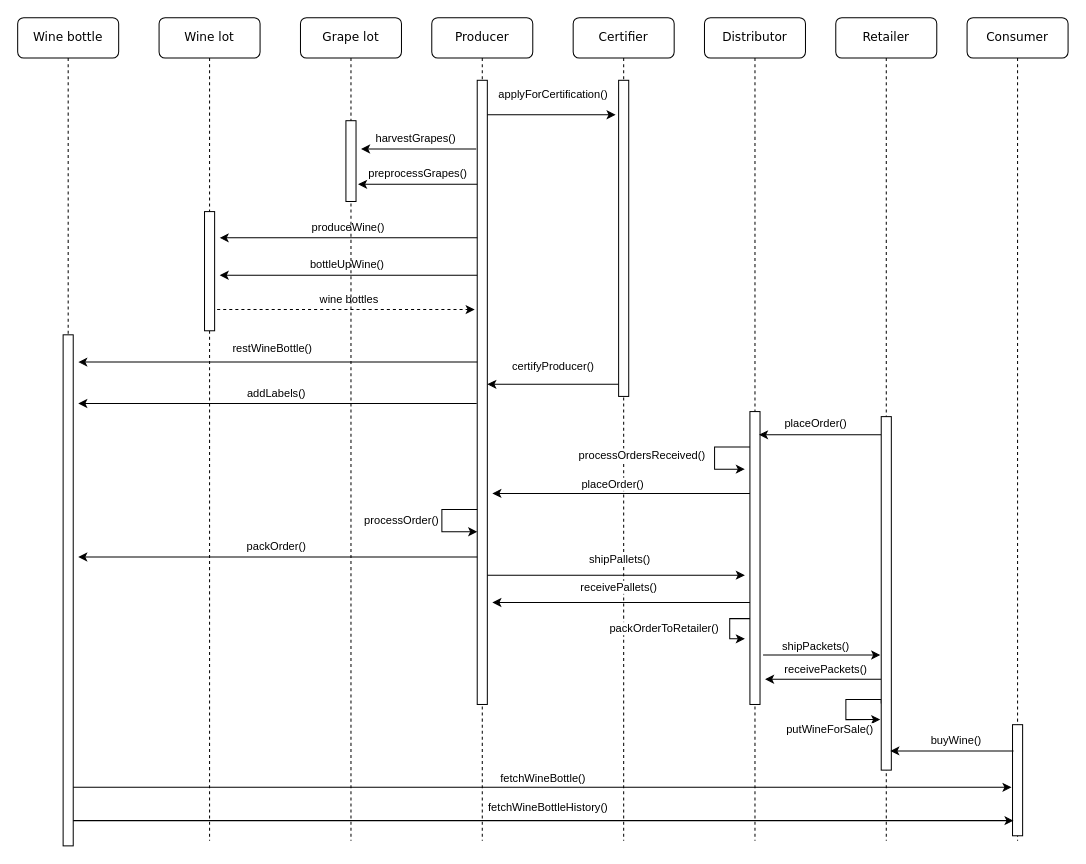
Before: diagrams/SequenceDiagram.drawio in pahique/winesupplychain, a draw.io diagram. Source tidied: cells renumbered, new cells numbered last; positions are measured from the earlier drawing's top-left corner, leaving out a move shared by most shapes. Both pictures are drawn from the tidied source at 101%, with x=0, y=0 at pixel (17, 17).
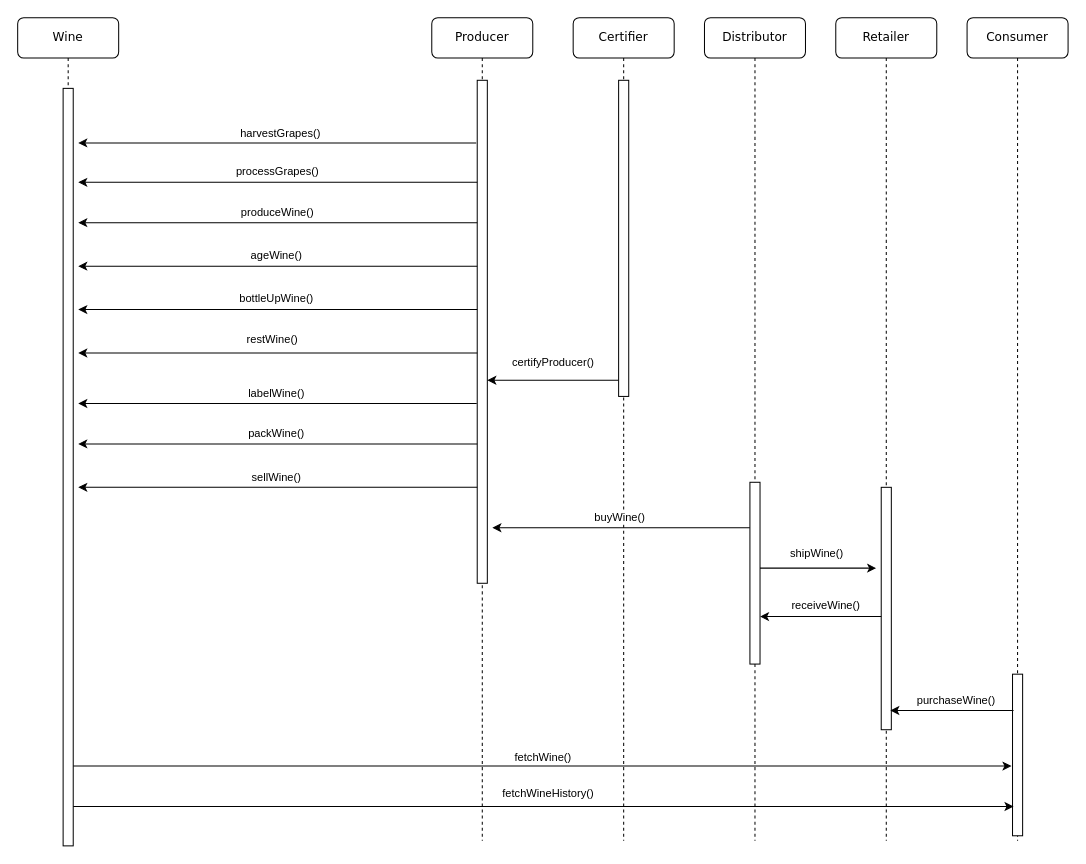
The same page after the edit.

The change refers to these unchanged cells:
```xml
<mxCell id="5" value="Producer" style="shape=umlLifeline;perimeter=lifelinePerimeter;whiteSpace=wrap;html=1;rounded=1;shadow=0;comic=0;labelBackgroundColor=none;strokeColor=#000000;strokeWidth=1;fillColor=#FFFFFF;fontFamily=Verdana;fontSize=12;fontColor=#000000;align=center;" parent="1" vertex="1">
  <mxGeometry x="410" width="100" height="815" as="geometry" />
</mxCell>
<mxCell id="8" value="Certifier" style="shape=umlLifeline;perimeter=lifelinePerimeter;whiteSpace=wrap;html=1;rounded=1;shadow=0;comic=0;labelBackgroundColor=none;strokeColor=#000000;strokeWidth=1;fillColor=#FFFFFF;fontFamily=Verdana;fontSize=12;fontColor=#000000;align=center;" parent="1" vertex="1">
  <mxGeometry x="550" width="100" height="815" as="geometry" />
</mxCell>
<mxCell id="9" value="Distributor" style="shape=umlLifeline;perimeter=lifelinePerimeter;whiteSpace=wrap;html=1;rounded=1;shadow=0;comic=0;labelBackgroundColor=none;strokeColor=#000000;strokeWidth=1;fillColor=#FFFFFF;fontFamily=Verdana;fontSize=12;fontColor=#000000;align=center;" parent="1" vertex="1">
  <mxGeometry x="680" width="100" height="815" as="geometry" />
</mxCell>
<mxCell id="19" style="html=1;points=[];perimeter=orthogonalPerimeter;rounded=0;shadow=0;comic=0;labelBackgroundColor=none;strokeColor=#000000;strokeWidth=1;fillColor=#FFFFFF;fontFamily=Verdana;fontSize=12;fontColor=#000000;align=center;" parent="1" vertex="1">
  <mxGeometry x="595" y="62" width="10" height="313" as="geometry" />
</mxCell>
<mxCell id="25" value="Consumer" style="shape=umlLifeline;perimeter=lifelinePerimeter;whiteSpace=wrap;html=1;rounded=1;shadow=0;comic=0;labelBackgroundColor=none;strokeColor=#000000;strokeWidth=1;fillColor=#FFFFFF;fontFamily=Verdana;fontSize=12;fontColor=#000000;align=center;" parent="1" vertex="1">
  <mxGeometry x="940" width="100" height="815" as="geometry" />
</mxCell>
```

Diff of the diagram source:
```diff
@@
-    <mxCell id="2" value="Wine lot" style="shape=umlLifeline;perimeter=lifelinePerimeter;whiteSpace=wrap;html=1;rounded=1;shadow=0;comic=0;labelBackgroundColor=none;strokeColor=#000000;strokeWidth=1;fillColor=#FFFFFF;fontFamily=Verdana;fontSize=12;fontColor=#000000;align=center;" parent="1" vertex="1">
-      <mxGeometry x="140" width="100" height="815" as="geometry" />
-    </mxCell>
-    <mxCell id="3" style="html=1;perimeter=orthogonalPerimeter;rounded=0;shadow=0;comic=0;labelBackgroundColor=none;strokeColor=#000000;strokeWidth=1;fillColor=#FFFFFF;fontFamily=Verdana;fontSize=12;fontColor=#000000;align=center;" parent="2" vertex="1">
-      <mxGeometry x="45" y="192" width="10" height="118" as="geometry" />
-    </mxCell>
-    <mxCell id="4" value="addLabels()" style="edgeStyle=orthogonalEdgeStyle;rounded=0;orthogonalLoop=1;jettySize=auto;html=1;" parent="1" edge="1">
+    <mxCell id="4" value="labelWine()" style="edgeStyle=orthogonalEdgeStyle;rounded=0;orthogonalLoop=1;jettySize=auto;html=1;" parent="1" edge="1">
       <mxGeometry x="0.57" y="-110" relative="1" as="geometry">
         <mxPoint x="454.5" y="382" as="sourcePoint" />
         <mxPoint x="60" y="382" as="targetPoint" />
         <mxPoint x="111" y="100" as="offset" />
       </mxGeometry>
     </mxCell>
@@
     <mxCell id="6" style="html=1;points=[];perimeter=orthogonalPerimeter;rounded=0;shadow=0;comic=0;labelBackgroundColor=none;strokeColor=#000000;strokeWidth=1;fillColor=#FFFFFF;fontFamily=Verdana;fontSize=12;fontColor=#000000;align=center;" parent="5" vertex="1">
-      <mxGeometry x="45" y="62" width="10" height="618" as="geometry" />
+      <mxGeometry x="45" y="62" width="10" height="498" as="geometry" />
     </mxCell>
-    <mxCell id="7" value="processOrder()" style="edgeStyle=orthogonalEdgeStyle;rounded=0;orthogonalLoop=1;jettySize=auto;html=1;" parent="5" edge="1">
-      <mxGeometry x="-0.22" y="41" relative="1" as="geometry">
-        <mxPoint x="45" y="487" as="sourcePoint" />
-        <mxPoint x="45" y="509" as="targetPoint" />
-        <Array as="points">
-          <mxPoint x="10" y="487" />
-          <mxPoint x="10" y="509" />
-        </Array>
-        <mxPoint x="-81" y="10" as="offset" />
-      </mxGeometry>
-    </mxCell>
@@
+    <mxCell id="41" value="buyWine()" style="edgeStyle=orthogonalEdgeStyle;rounded=0;orthogonalLoop=1;jettySize=auto;html=1;" parent="8" edge="1">
+      <mxGeometry x="0.01" y="-10" relative="1" as="geometry">
+        <mxPoint x="175" y="505" as="sourcePoint" />
+        <mxPoint x="-80" y="505" as="targetPoint" />
+        <Array as="points">
+          <mxPoint x="70" y="505" />
+          <mxPoint x="70" y="505" />
+        </Array>
+      </mxGeometry>
+    </mxCell>
@@
     <mxCell id="10" style="html=1;points=[];perimeter=orthogonalPerimeter;rounded=0;shadow=0;comic=0;labelBackgroundColor=none;strokeColor=#000000;strokeWidth=1;fillColor=#FFFFFF;fontFamily=Verdana;fontSize=12;fontColor=#000000;align=center;" parent="9" vertex="1">
-      <mxGeometry x="45" y="390" width="10" height="290" as="geometry" />
+      <mxGeometry x="45" y="460" width="10" height="180" as="geometry" />
     </mxCell>
@@
-    <mxCell id="12" value="Wine bottle" style="shape=umlLifeline;perimeter=lifelinePerimeter;whiteSpace=wrap;html=1;rounded=1;shadow=0;comic=0;labelBackgroundColor=none;strokeColor=#000000;strokeWidth=1;fillColor=#FFFFFF;fontFamily=Verdana;fontSize=12;fontColor=#000000;align=center;" parent="1" vertex="1">
+    <mxCell id="12" value="Wine" style="shape=umlLifeline;perimeter=lifelinePerimeter;whiteSpace=wrap;html=1;rounded=1;shadow=0;comic=0;labelBackgroundColor=none;strokeColor=#000000;strokeWidth=1;fillColor=#FFFFFF;fontFamily=Verdana;fontSize=12;fontColor=#000000;align=center;" parent="1" vertex="1">
       <mxGeometry width="100" height="820" as="geometry" />
     </mxCell>
     <mxCell id="13" style="html=1;perimeter=orthogonalPerimeter;rounded=0;shadow=0;comic=0;labelBackgroundColor=none;strokeColor=#000000;strokeWidth=1;fillColor=#FFFFFF;fontFamily=Verdana;fontSize=12;fontColor=#000000;align=center;" parent="12" vertex="1">
-      <mxGeometry x="45" y="314" width="10" height="506" as="geometry" />
+      <mxGeometry x="45" y="70" width="10" height="750" as="geometry" />
     </mxCell>
     <mxCell id="14" value="harvestGrapes()" style="edgeStyle=orthogonalEdgeStyle;rounded=0;orthogonalLoop=1;jettySize=auto;html=1;" parent="1" edge="1">
-      <mxGeometry x="0.05" y="-10" relative="1" as="geometry">
-        <mxPoint x="454" y="130" as="sourcePoint" />
-        <mxPoint x="340" y="130" as="targetPoint" />
+      <mxGeometry x="0.39" y="-81" relative="1" as="geometry">
+        <mxPoint x="454" y="124" as="sourcePoint" />
+        <mxPoint x="60" y="124" as="targetPoint" />
         <Array as="points">
-          <mxPoint x="414" y="130" />
-          <mxPoint x="414" y="130" />
+          <mxPoint x="180" y="124" />
+          <mxPoint x="180" y="124" />
         </Array>
+        <mxPoint x="80" y="72" as="offset" />
       </mxGeometry>
     </mxCell>
-    <mxCell id="15" value="preprocessGrapes()" style="edgeStyle=orthogonalEdgeStyle;rounded=0;orthogonalLoop=1;jettySize=auto;html=1;entryX=1.2;entryY=0.775;entryDx=0;entryDy=0;entryPerimeter=0;" parent="1" edge="1">
+    <mxCell id="15" value="processGrapes()" style="edgeStyle=orthogonalEdgeStyle;rounded=0;orthogonalLoop=1;jettySize=auto;html=1;" parent="1" edge="1">
       <mxGeometry y="-11" relative="1" as="geometry">
-        <mxPoint x="455" y="165" as="sourcePoint" />
-        <mxPoint x="337" y="165" as="targetPoint" />
+        <mxPoint x="455" y="163" as="sourcePoint" />
+        <mxPoint x="60" y="163" as="targetPoint" />
         <Array as="points">
-          <mxPoint x="455" y="165" />
+          <mxPoint x="455" y="163" />
         </Array>
       </mxGeometry>
     </mxCell>
-    <mxCell id="16" value="produceWine()" style="edgeStyle=orthogonalEdgeStyle;rounded=0;orthogonalLoop=1;jettySize=auto;html=1;entryX=1.5;entryY=0.5;entryDx=0;entryDy=0;entryPerimeter=0;" parent="1" edge="1">
+    <mxCell id="16" value="produceWine()" style="edgeStyle=orthogonalEdgeStyle;rounded=0;orthogonalLoop=1;jettySize=auto;html=1;" parent="1" edge="1">
       <mxGeometry y="-10" relative="1" as="geometry">
-        <mxPoint x="455" y="218" as="sourcePoint" />
-        <mxPoint x="200" y="218" as="targetPoint" />
+        <mxPoint x="455" y="203" as="sourcePoint" />
+        <mxPoint x="60" y="203" as="targetPoint" />
         <Array as="points">
-          <mxPoint x="455" y="218" />
+          <mxPoint x="455" y="203" />
         </Array>
       </mxGeometry>
     </mxCell>
     <mxCell id="17" value="bottleUpWine()" style="edgeStyle=orthogonalEdgeStyle;rounded=0;orthogonalLoop=1;jettySize=auto;html=1;" parent="1" edge="1">
       <mxGeometry x="0.01" y="-11" relative="1" as="geometry">
-        <mxPoint x="455" y="255" as="sourcePoint" />
-        <mxPoint x="200" y="255" as="targetPoint" />
+        <mxPoint x="455" y="289" as="sourcePoint" />
+        <mxPoint x="60" y="289" as="targetPoint" />
         <Array as="points">
-          <mxPoint x="455" y="255" />
+          <mxPoint x="455" y="289" />
         </Array>
       </mxGeometry>
     </mxCell>
     <mxCell id="18" value="certifyProducer()" style="edgeStyle=orthogonalEdgeStyle;rounded=0;orthogonalLoop=1;jettySize=auto;html=1;" parent="1" edge="1">
       <mxGeometry y="-18" relative="1" as="geometry">
-        <mxPoint x="595" y="363" as="sourcePoint" />
-        <mxPoint x="465" y="363" as="targetPoint" />
+        <mxPoint x="595" y="359" as="sourcePoint" />
+        <mxPoint x="465" y="359" as="targetPoint" />
         <Array as="points">
-          <mxPoint x="580" y="363" />
-          <mxPoint x="580" y="363" />
+          <mxPoint x="580" y="359" />
+          <mxPoint x="580" y="359" />
         </Array>
       </mxGeometry>
     </mxCell>
@@
-    <mxCell id="20" value="packOrder()" style="edgeStyle=orthogonalEdgeStyle;rounded=0;orthogonalLoop=1;jettySize=auto;html=1;" parent="1" edge="1">
+    <mxCell id="20" value="packWine()" style="edgeStyle=orthogonalEdgeStyle;rounded=0;orthogonalLoop=1;jettySize=auto;html=1;" parent="1" edge="1">
       <mxGeometry x="0.01" y="-10" relative="1" as="geometry">
-        <mxPoint x="455" y="534" as="sourcePoint" />
-        <mxPoint x="60" y="534" as="targetPoint" />
+        <mxPoint x="455" y="422" as="sourcePoint" />
+        <mxPoint x="60" y="422" as="targetPoint" />
         <Array as="points">
-          <mxPoint x="350" y="534" />
-          <mxPoint x="350" y="534" />
+          <mxPoint x="350" y="422" />
+          <mxPoint x="350" y="422" />
         </Array>
       </mxGeometry>
     </mxCell>
-    <mxCell id="21" value="placeOrder()" style="edgeStyle=orthogonalEdgeStyle;rounded=0;orthogonalLoop=1;jettySize=auto;html=1;" parent="1" edge="1">
-      <mxGeometry x="0.07" y="-11" relative="1" as="geometry">
-        <mxPoint x="855" y="413" as="sourcePoint" />
-        <mxPoint x="734" y="413" as="targetPoint" />
-        <Array as="points">
-          <mxPoint x="820" y="413" />
-          <mxPoint x="820" y="413" />
-        </Array>
-      </mxGeometry>
-    </mxCell>
-    <mxCell id="22" value="putWineForSale()" style="edgeStyle=orthogonalEdgeStyle;rounded=0;jettySize=auto;html=1;exitX=0;exitY=0.7;exitDx=0;exitDy=0;exitPerimeter=0;entryX=-0.1;entryY=0.857;entryDx=0;entryDy=0;entryPerimeter=0;" parent="1" edge="1" target="24">
-      <mxGeometry x="0.35" y="-22" relative="1" as="geometry">
-        <mxPoint x="855" y="679" as="sourcePoint" />
-        <Array as="points">
-          <mxPoint x="855" y="675" />
-          <mxPoint x="820" y="675" />
-          <mxPoint x="820" y="695" />
-        </Array>
-        <mxPoint x="-20" y="-12" as="offset" />
-      </mxGeometry>
-    </mxCell>
-    <mxCell id="23" value="receivePackets()" style="edgeStyle=orthogonalEdgeStyle;rounded=0;orthogonalLoop=1;jettySize=auto;html=1;" parent="1" edge="1">
-      <mxGeometry x="-0.04" y="-10" relative="1" as="geometry">
-        <mxPoint x="855" y="655" as="sourcePoint" />
-        <mxPoint x="740" y="655" as="targetPoint" />
-        <Array as="points">
-          <mxPoint x="830" y="655" />
-          <mxPoint x="830" y="655" />
-        </Array>
-      </mxGeometry>
-    </mxCell>
     <mxCell id="24" style="html=1;points=[];perimeter=orthogonalPerimeter;rounded=0;shadow=0;comic=0;labelBackgroundColor=none;strokeColor=#000000;strokeWidth=1;fillColor=#FFFFFF;fontFamily=Verdana;fontSize=12;fontColor=#000000;align=center;" parent="1" vertex="1">
-      <mxGeometry x="855" y="395" width="10" height="350" as="geometry" />
+      <mxGeometry x="855" y="465" width="10" height="240" as="geometry" />
     </mxCell>
@@
     <mxCell id="26" style="html=1;perimeter=orthogonalPerimeter;rounded=0;shadow=0;comic=0;labelBackgroundColor=none;strokeColor=#000000;strokeWidth=1;fillColor=#FFFFFF;fontFamily=Verdana;fontSize=12;fontColor=#000000;align=center;" parent="25" vertex="1">
-      <mxGeometry x="45" y="700" width="10" height="110" as="geometry" />
+      <mxGeometry x="45" y="650" width="10" height="160" as="geometry" />
     </mxCell>
-    <mxCell id="27" value="processOrdersReceived()" style="edgeStyle=orthogonalEdgeStyle;rounded=0;orthogonalLoop=1;jettySize=auto;html=1;" parent="1" edge="1">
-      <mxGeometry x="-0.2" y="72" relative="1" as="geometry">
-        <mxPoint x="725" y="425" as="sourcePoint" />
-        <mxPoint x="720" y="447" as="targetPoint" />
-        <Array as="points">
-          <mxPoint x="725" y="425" />
-          <mxPoint x="690" y="425" />
-          <mxPoint x="690" y="447" />
-        </Array>
-        <mxPoint x="-144" y="8" as="offset" />
-      </mxGeometry>
-    </mxCell>
-    <mxCell id="28" value="placeOrder()" style="edgeStyle=orthogonalEdgeStyle;rounded=0;orthogonalLoop=1;jettySize=auto;html=1;" parent="1" edge="1">
-      <mxGeometry x="0.07" y="-9" relative="1" as="geometry">
-        <mxPoint x="725" y="471" as="sourcePoint" />
-        <mxPoint x="470" y="471" as="targetPoint" />
-        <Array as="points">
-          <mxPoint x="630" y="471" />
-          <mxPoint x="630" y="471" />
-        </Array>
-      </mxGeometry>
-    </mxCell>
-    <mxCell id="29" value="buyWine()" style="edgeStyle=orthogonalEdgeStyle;rounded=0;orthogonalLoop=1;jettySize=auto;html=1;entryX=0.9;entryY=0.719;entryDx=0;entryDy=0;entryPerimeter=0;exitX=0.1;exitY=0.541;exitDx=0;exitDy=0;exitPerimeter=0;" parent="1" edge="1">
+    <mxCell id="29" value="purchaseWine()" style="edgeStyle=orthogonalEdgeStyle;rounded=0;orthogonalLoop=1;jettySize=auto;html=1;entryX=0.9;entryY=0.719;entryDx=0;entryDy=0;entryPerimeter=0;exitX=0.1;exitY=0.541;exitDx=0;exitDy=0;exitPerimeter=0;" parent="1" edge="1">
       <mxGeometry x="-0.07" y="-10" relative="1" as="geometry">
-        <mxPoint x="986" y="726" as="sourcePoint" />
-        <mxPoint x="864" y="726" as="targetPoint" />
+        <mxPoint x="986" y="686" as="sourcePoint" />
+        <mxPoint x="864" y="686" as="targetPoint" />
       </mxGeometry>
     </mxCell>
-    <mxCell id="30" value="receivePallets()" style="edgeStyle=orthogonalEdgeStyle;rounded=0;orthogonalLoop=1;jettySize=auto;html=1;" parent="1" edge="1">
-      <mxGeometry x="0.02" y="-15" relative="1" as="geometry">
-        <mxPoint x="725" y="579" as="sourcePoint" />
-        <mxPoint x="470" y="579" as="targetPoint" />
-        <Array as="points">
-          <mxPoint x="550" y="579" />
-          <mxPoint x="550" y="579" />
-        </Array>
-      </mxGeometry>
-    </mxCell>
-    <mxCell id="31" value="wine bottles" style="edgeStyle=orthogonalEdgeStyle;rounded=0;orthogonalLoop=1;jettySize=auto;html=1;dashed=1;" parent="1" edge="1">
-      <mxGeometry x="0.02" y="10" relative="1" as="geometry">
-        <mxPoint x="197.5" y="289" as="sourcePoint" />
-        <mxPoint x="452.5" y="289" as="targetPoint" />
-        <Array as="points">
-          <mxPoint x="262.5" y="289" />
-          <mxPoint x="262.5" y="289" />
-        </Array>
-      </mxGeometry>
-    </mxCell>
-    <mxCell id="32" value="restWineBottle()" style="edgeStyle=orthogonalEdgeStyle;rounded=0;orthogonalLoop=1;jettySize=auto;html=1;" parent="1" edge="1">
+    <mxCell id="32" value="restWine()" style="edgeStyle=orthogonalEdgeStyle;rounded=0;orthogonalLoop=1;jettySize=auto;html=1;" parent="1" edge="1">
       <mxGeometry x="0.03" y="-13" relative="1" as="geometry">
-        <mxPoint x="455" y="341" as="sourcePoint" />
-        <mxPoint x="60" y="341" as="targetPoint" />
+        <mxPoint x="455" y="332" as="sourcePoint" />
+        <mxPoint x="60" y="332" as="targetPoint" />
         <Array as="points">
-          <mxPoint x="360" y="341" />
-          <mxPoint x="360" y="341" />
+          <mxPoint x="360" y="332" />
+          <mxPoint x="360" y="332" />
         </Array>
       </mxGeometry>
     </mxCell>
-    <mxCell id="33" value="Grape lot" style="shape=umlLifeline;perimeter=lifelinePerimeter;whiteSpace=wrap;html=1;rounded=1;shadow=0;comic=0;labelBackgroundColor=none;strokeColor=#000000;strokeWidth=1;fillColor=#FFFFFF;fontFamily=Verdana;fontSize=12;fontColor=#000000;align=center;" parent="1" vertex="1">
-      <mxGeometry x="280" width="100" height="815" as="geometry" />
-    </mxCell>
-    <mxCell id="34" style="html=1;perimeter=orthogonalPerimeter;rounded=0;shadow=0;comic=0;labelBackgroundColor=none;strokeColor=#000000;strokeWidth=1;fillColor=#FFFFFF;fontFamily=Verdana;fontSize=12;fontColor=#000000;align=center;" parent="33" vertex="1">
-      <mxGeometry x="45" y="102" width="10" height="80" as="geometry" />
-    </mxCell>
-    <mxCell id="35" value="shipPallets()" style="edgeStyle=orthogonalEdgeStyle;rounded=0;orthogonalLoop=1;jettySize=auto;html=1;" parent="1" edge="1">
-      <mxGeometry x="0.03" y="16" relative="1" as="geometry">
-        <mxPoint x="465" y="552" as="sourcePoint" />
-        <mxPoint x="720" y="552" as="targetPoint" />
-        <Array as="points">
-          <mxPoint x="540" y="552" />
-          <mxPoint x="540" y="552" />
-        </Array>
-      </mxGeometry>
-    </mxCell>
-    <mxCell id="36" value="applyForCertification()" style="edgeStyle=orthogonalEdgeStyle;rounded=0;jettySize=auto;html=1;entryX=-0.3;entryY=0.109;entryDx=0;entryDy=0;entryPerimeter=0;" parent="1" edge="1" source="6" target="19">
-      <mxGeometry x="0.02" y="20" relative="1" as="geometry">
-        <Array as="points">
-          <mxPoint x="480" y="96" />
-          <mxPoint x="480" y="96" />
-        </Array>
-      </mxGeometry>
-    </mxCell>
-    <mxCell id="37" value="fetchWineBottle()" style="edgeStyle=orthogonalEdgeStyle;rounded=0;orthogonalLoop=1;jettySize=auto;html=1;entryX=-0.1;entryY=0.934;entryDx=0;entryDy=0;entryPerimeter=0;" parent="1" edge="1">
+    <mxCell id="37" value="fetchWine()" style="edgeStyle=orthogonalEdgeStyle;rounded=0;orthogonalLoop=1;jettySize=auto;html=1;entryX=-0.1;entryY=0.934;entryDx=0;entryDy=0;entryPerimeter=0;" parent="1" edge="1">
       <mxGeometry y="9" relative="1" as="geometry">
-        <mxPoint x="55" y="762" as="sourcePoint" />
-        <mxPoint x="984" y="762" as="targetPoint" />
+        <mxPoint x="55" y="741" as="sourcePoint" />
+        <mxPoint x="984" y="741" as="targetPoint" />
         <Array as="points">
-          <mxPoint x="310" y="762" />
-          <mxPoint x="310" y="762" />
+          <mxPoint x="310" y="741" />
+          <mxPoint x="310" y="741" />
         </Array>
       </mxGeometry>
     </mxCell>
-    <mxCell id="38" value="shipPackets()" style="edgeStyle=orthogonalEdgeStyle;rounded=0;orthogonalLoop=1;jettySize=auto;html=1;entryX=-0.1;entryY=0.597;entryDx=0;entryDy=0;entryPerimeter=0;exitX=1.3;exitY=0.841;exitDx=0;exitDy=0;exitPerimeter=0;" parent="1" edge="1">
-      <mxGeometry x="-0.1" y="8" relative="1" as="geometry">
-        <mxPoint x="738" y="631" as="sourcePoint" />
-        <mxPoint x="854" y="631" as="targetPoint" />
-      </mxGeometry>
-    </mxCell>
-    <mxCell id="39" value="packOrderToRetailer()" style="edgeStyle=orthogonalEdgeStyle;rounded=0;jettySize=auto;html=1;" parent="1" edge="1" source="10">
-      <mxGeometry x="0.45" y="66" relative="1" as="geometry">
-        <mxPoint x="720" y="615" as="targetPoint" />
-        <Array as="points">
-          <mxPoint x="705" y="595" />
-          <mxPoint x="705" y="615" />
-        </Array>
-        <mxPoint x="-65" y="56" as="offset" />
-      </mxGeometry>
-    </mxCell>
-    <mxCell id="40" value="fetchWineBottleHistory()" style="edgeStyle=orthogonalEdgeStyle;rounded=0;orthogonalLoop=1;jettySize=auto;html=1;entryX=0.1;entryY=0.909;entryDx=0;entryDy=0;entryPerimeter=0;" parent="1" edge="1">
+    <mxCell id="40" value="fetchWineHistory()" style="edgeStyle=orthogonalEdgeStyle;rounded=0;orthogonalLoop=1;jettySize=auto;html=1;entryX=0.1;entryY=0.909;entryDx=0;entryDy=0;entryPerimeter=0;" parent="1" edge="1">
       <mxGeometry x="0.01" y="13" relative="1" as="geometry">
-        <mxPoint x="55" y="795" as="sourcePoint" />
-        <mxPoint x="986" y="795" as="targetPoint" />
+        <mxPoint x="55" y="781" as="sourcePoint" />
+        <mxPoint x="986" y="781" as="targetPoint" />
         <Array as="points">
-          <mxPoint x="290" y="795" />
-          <mxPoint x="290" y="795" />
+          <mxPoint x="290" y="781" />
+          <mxPoint x="290" y="781" />
         </Array>
       </mxGeometry>
     </mxCell>
+    <mxCell id="42" value="ageWine()" style="edgeStyle=orthogonalEdgeStyle;rounded=0;orthogonalLoop=1;jettySize=auto;html=1;" parent="1" edge="1">
+      <mxGeometry x="0.01" y="-11" relative="1" as="geometry">
+        <mxPoint x="455" y="246" as="sourcePoint" />
+        <mxPoint x="60" y="246" as="targetPoint" />
+        <Array as="points">
+          <mxPoint x="455" y="246" />
+        </Array>
+      </mxGeometry>
+    </mxCell>
+    <mxCell id="43" value="sellWine()" style="edgeStyle=orthogonalEdgeStyle;rounded=0;orthogonalLoop=1;jettySize=auto;html=1;" parent="1" edge="1">
+      <mxGeometry x="0.01" y="-10" relative="1" as="geometry">
+        <mxPoint x="455" y="465" as="sourcePoint" />
+        <mxPoint x="60" y="465" as="targetPoint" />
+        <Array as="points">
+          <mxPoint x="350" y="465" />
+          <mxPoint x="350" y="465" />
+        </Array>
+      </mxGeometry>
+    </mxCell>
+    <mxCell id="44" value="shipWine()" style="endArrow=classic;html=1;" parent="1" edge="1" source="10">
+      <mxGeometry x="-0.02" y="15" relative="1" as="geometry">
+        <mxPoint x="850" y="545" as="targetPoint" />
+      </mxGeometry>
+    </mxCell>
+    <mxCell id="45" value="receiveWine()&lt;br&gt;" style="endArrow=classic;html=1;entryX=1;entryY=0.745;entryDx=0;entryDy=0;entryPerimeter=0;" parent="1" edge="1">
+      <mxGeometry x="-0.08" y="-11" relative="1" as="geometry">
+        <mxPoint x="855" y="593" as="sourcePoint" />
+        <mxPoint x="735" y="593" as="targetPoint" />
+      </mxGeometry>
+    </mxCell>
```
